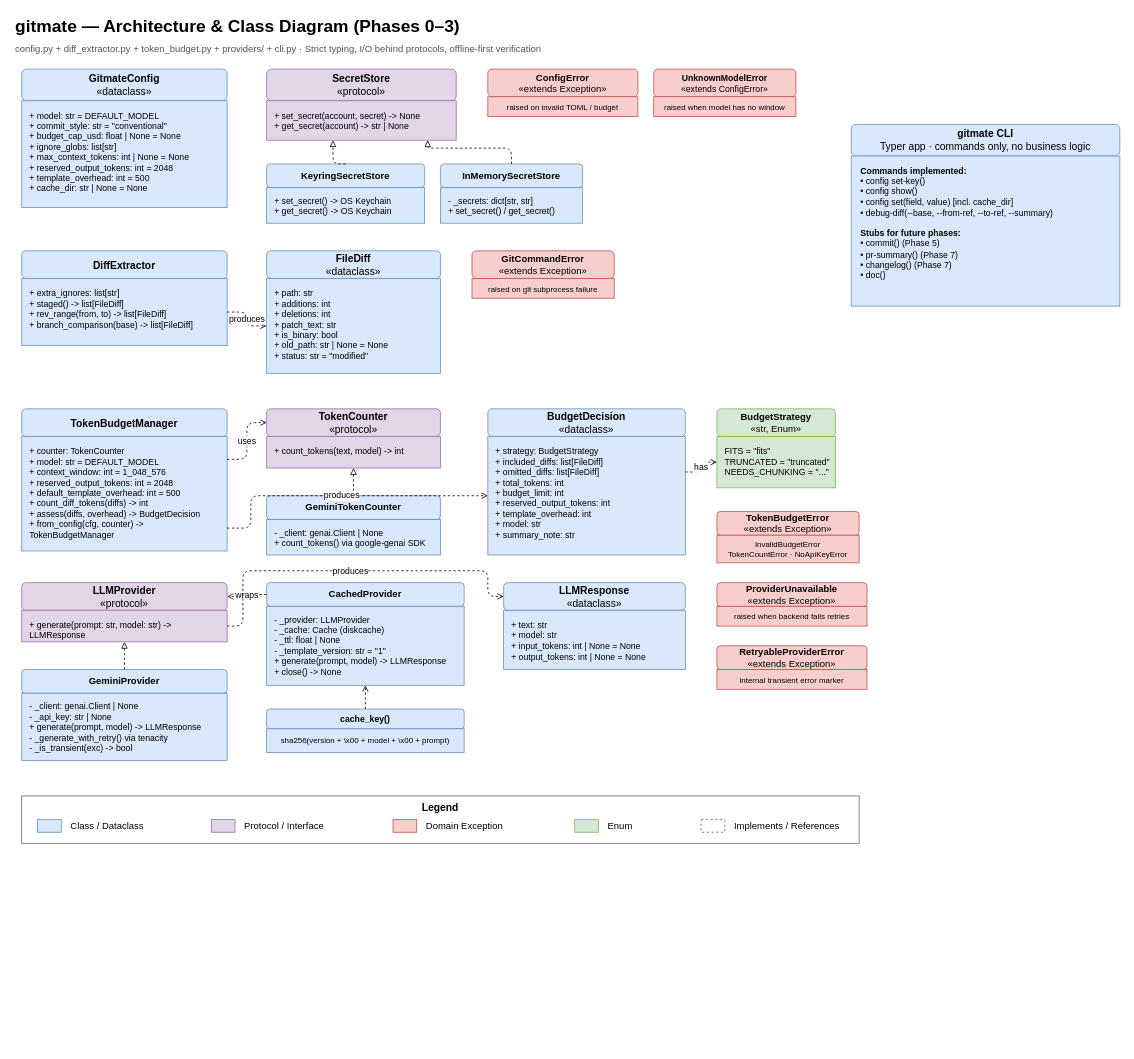
The draw.io diagram docs/class-diagram.drawio in getdownandcode/gitmate, before the edit. Source tidied: cells renumbered, new cells numbered last; positions are measured from the earlier drawing's top-left corner, leaving out a move shared by most shapes. Both pictures are drawn from the tidied source at 79%, with x=0, y=0 at pixel (13, 13).
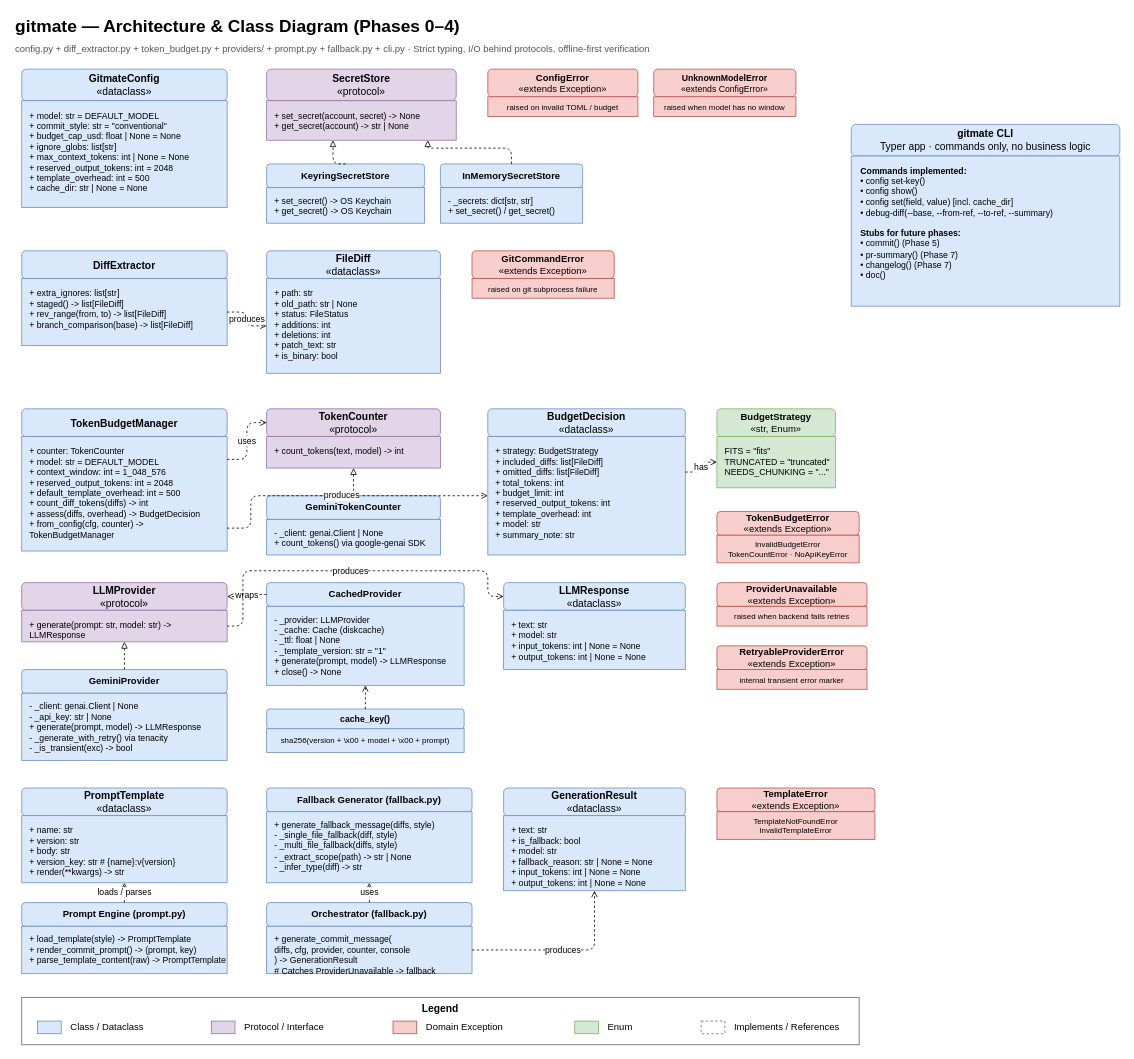
The same page after the edit.

Commit message (it also covers changes not shown here):
feat: Phase 4 — Graceful Degradation and Prompt Templates

The edit, as a diff of the source:
```diff
@@
-    <mxCell id="2" value="gitmate — Architecture &amp; Class Diagram (Phases 0–3)" style="text;html=1;align=left;verticalAlign=middle;fontStyle=1;fontSize=22;" parent="1" vertex="1">
+    <mxCell id="2" value="gitmate — Architecture &amp; Class Diagram (Phases 0–4)" style="text;html=1;align=left;verticalAlign=middle;fontStyle=1;fontSize=22;" parent="1" vertex="1">
       <mxGeometry width="800" height="34" as="geometry" />
     </mxCell>
-    <mxCell id="3" value="config.py + diff_extractor.py + token_budget.py + providers/ + cli.py · Strict typing, I/O behind protocols, offline-first verification" style="text;html=1;align=left;verticalAlign=middle;fontSize=12;fontColor=#555555;" parent="1" vertex="1">
+    <mxCell id="3" value="config.py + diff_extractor.py + token_budget.py + providers/ + prompt.py + fallback.py + cli.py · Strict typing, I/O behind protocols, offline-first verification" style="text;html=1;align=left;verticalAlign=middle;fontSize=12;fontColor=#555555;" parent="1" vertex="1">
       <mxGeometry y="34" width="1100" height="22" as="geometry" />
     </mxCell>
@@
-    <mxCell id="19" value="+ path: str&lt;br/&gt;+ additions: int&lt;br/&gt;+ deletions: int&lt;br/&gt;+ patch_text: str&lt;br/&gt;+ is_binary: bool&lt;br/&gt;+ old_path: str | None = None&lt;br/&gt;+ status: str = &quot;modified&quot;" style="rounded=0;whiteSpace=wrap;html=1;align=left;verticalAlign=top;fontSize=11;spacingLeft=8;spacingTop=6;fillColor=#dae8fc;strokeColor=#6c8ebf;" parent="1" vertex="1">
+    <mxCell id="19" value="+ path: str&lt;br/&gt;+ old_path: str | None&lt;br/&gt;+ status: FileStatus&lt;br/&gt;+ additions: int&lt;br/&gt;+ deletions: int&lt;br/&gt;+ patch_text: str&lt;br/&gt;+ is_binary: bool" style="rounded=0;whiteSpace=wrap;html=1;align=left;verticalAlign=top;fontSize=11;spacingLeft=8;spacingTop=6;fillColor=#dae8fc;strokeColor=#6c8ebf;" parent="1" vertex="1">
       <mxGeometry x="320" y="335" width="220" height="120" as="geometry" />
     </mxCell>
@@
+    <mxCell id="72" value="&lt;b&gt;PromptTemplate&lt;/b&gt;&lt;br/&gt;«dataclass»" style="rounded=1;whiteSpace=wrap;html=1;align=center;fontSize=13;fillColor=#dae8fc;strokeColor=#6c8ebf;" parent="1" vertex="1">
+      <mxGeometry x="10" y="980" width="260" height="35" as="geometry" />
+    </mxCell>
+    <mxCell id="73" value="+ name: str&lt;br/&gt;+ version: str&lt;br/&gt;+ body: str&lt;br/&gt;+ version_key: str  # {name}:v{version}&lt;br/&gt;+ render(**kwargs) -&amp;gt; str" style="rounded=0;whiteSpace=wrap;html=1;align=left;verticalAlign=top;fontSize=11;spacingLeft=8;spacingTop=6;fillColor=#dae8fc;strokeColor=#6c8ebf;" parent="1" vertex="1">
+      <mxGeometry x="10" y="1015" width="260" height="85" as="geometry" />
+    </mxCell>
+    <mxCell id="74" value="&lt;b&gt;Prompt Engine (prompt.py)&lt;/b&gt;" style="rounded=1;whiteSpace=wrap;html=1;align=center;fontSize=12;fillColor=#dae8fc;strokeColor=#6c8ebf;" parent="1" vertex="1">
+      <mxGeometry x="10" y="1125" width="260" height="30" as="geometry" />
+    </mxCell>
+    <mxCell id="75" value="+ load_template(style) -&amp;gt; PromptTemplate&lt;br/&gt;+ render_commit_prompt() -&amp;gt; (prompt, key)&lt;br/&gt;+ parse_template_content(raw) -&amp;gt; PromptTemplate" style="rounded=0;whiteSpace=wrap;html=1;align=left;verticalAlign=top;fontSize=11;spacingLeft=8;spacingTop=4;fillColor=#dae8fc;strokeColor=#6c8ebf;" parent="1" vertex="1">
+      <mxGeometry x="10" y="1155" width="260" height="60" as="geometry" />
+    </mxCell>
+    <mxCell id="76" value="&lt;b&gt;Fallback Generator (fallback.py)&lt;/b&gt;" style="rounded=1;whiteSpace=wrap;html=1;align=center;fontSize=12;fillColor=#dae8fc;strokeColor=#6c8ebf;" parent="1" vertex="1">
+      <mxGeometry x="320" y="980" width="260" height="30" as="geometry" />
+    </mxCell>
+    <mxCell id="77" value="+ generate_fallback_message(diffs, style)&lt;br/&gt;- _single_file_fallback(diff, style)&lt;br/&gt;- _multi_file_fallback(diffs, style)&lt;br/&gt;- _extract_scope(path) -&amp;gt; str | None&lt;br/&gt;- _infer_type(diff) -&amp;gt; str" style="rounded=0;whiteSpace=wrap;html=1;align=left;verticalAlign=top;fontSize=11;spacingLeft=8;spacingTop=4;fillColor=#dae8fc;strokeColor=#6c8ebf;" parent="1" vertex="1">
+      <mxGeometry x="320" y="1010" width="260" height="90" as="geometry" />
+    </mxCell>
+    <mxCell id="78" value="&lt;b&gt;Orchestrator (fallback.py)&lt;/b&gt;" style="rounded=1;whiteSpace=wrap;html=1;align=center;fontSize=12;fillColor=#dae8fc;strokeColor=#6c8ebf;" parent="1" vertex="1">
+      <mxGeometry x="320" y="1125" width="260" height="30" as="geometry" />
+    </mxCell>
+    <mxCell id="79" value="+ generate_commit_message(&lt;br/&gt;    diffs, cfg, provider, counter, console&lt;br/&gt;  ) -&amp;gt; GenerationResult&lt;br/&gt;  # Catches ProviderUnavailable -&amp;gt; fallback" style="rounded=0;whiteSpace=wrap;html=1;align=left;verticalAlign=top;fontSize=11;spacingLeft=8;spacingTop=4;fillColor=#dae8fc;strokeColor=#6c8ebf;" parent="1" vertex="1">
+      <mxGeometry x="320" y="1155" width="260" height="60" as="geometry" />
+    </mxCell>
+    <mxCell id="80" value="&lt;b&gt;GenerationResult&lt;/b&gt;&lt;br/&gt;«dataclass»" style="rounded=1;whiteSpace=wrap;html=1;align=center;fontSize=13;fillColor=#dae8fc;strokeColor=#6c8ebf;" parent="1" vertex="1">
+      <mxGeometry x="620" y="980" width="230" height="35" as="geometry" />
+    </mxCell>
+    <mxCell id="81" value="+ text: str&lt;br/&gt;+ is_fallback: bool&lt;br/&gt;+ model: str&lt;br/&gt;+ fallback_reason: str | None = None&lt;br/&gt;+ input_tokens: int | None = None&lt;br/&gt;+ output_tokens: int | None = None" style="rounded=0;whiteSpace=wrap;html=1;align=left;verticalAlign=top;fontSize=11;spacingLeft=8;spacingTop=6;fillColor=#dae8fc;strokeColor=#6c8ebf;" parent="1" vertex="1">
+      <mxGeometry x="620" y="1015" width="230" height="95" as="geometry" />
+    </mxCell>
+    <mxCell id="82" value="&lt;b&gt;TemplateError&lt;/b&gt;&lt;br/&gt;«extends Exception»" style="rounded=1;whiteSpace=wrap;html=1;align=center;fontSize=12;fillColor=#f8cecc;strokeColor=#b85450;" parent="1" vertex="1">
+      <mxGeometry x="890" y="980" width="200" height="30" as="geometry" />
+    </mxCell>
+    <mxCell id="83" value="TemplateNotFoundError&lt;br/&gt;InvalidTemplateError" style="rounded=0;whiteSpace=wrap;html=1;align=center;verticalAlign=middle;fontSize=10;fillColor=#f8cecc;strokeColor=#b85450;" parent="1" vertex="1">
+      <mxGeometry x="890" y="1010" width="200" height="35" as="geometry" />
+    </mxCell>
@@
     <mxCell id="50" value="Legend" style="rounded=0;whiteSpace=wrap;html=1;fillColor=none;strokeColor=#666666;verticalAlign=top;fontStyle=1;fontSize=13;" parent="1" vertex="1">
-      <mxGeometry x="10" y="990" width="1060" height="60" as="geometry" />
+      <mxGeometry x="10" y="1245" width="1060" height="60" as="geometry" />
     </mxCell>
@@
+    <mxCell id="84" value="loads / parses" style="edgeStyle=orthogonalEdgeStyle;rounded=1;jettySize=auto;html=1;fontSize=11;endArrow=open;endFill=0;dashed=1;exitX=0.5;exitY=0;exitDx=0;exitDy=0;entryX=0.5;entryY=1;entryDx=0;entryDy=0;" parent="1" edge="1" source="74" target="73">
+      <mxGeometry relative="1" as="geometry" />
+    </mxCell>
+    <mxCell id="85" value="produces" style="edgeStyle=orthogonalEdgeStyle;rounded=1;jettySize=auto;html=1;fontSize=11;endArrow=open;endFill=0;dashed=1;exitX=1;exitY=0.5;exitDx=0;exitDy=0;entryX=0.5;entryY=1;entryDx=0;entryDy=0;" parent="1" edge="1" source="79" target="81">
+      <mxGeometry relative="1" as="geometry" />
+    </mxCell>
+    <mxCell id="86" value="uses" style="edgeStyle=orthogonalEdgeStyle;rounded=1;jettySize=auto;html=1;fontSize=11;endArrow=open;endFill=0;dashed=1;exitX=0.5;exitY=0;exitDx=0;exitDy=0;entryX=0.5;entryY=1;entryDx=0;entryDy=0;" parent="1" edge="1" source="78" target="77">
+      <mxGeometry relative="1" as="geometry" />
+    </mxCell>
```
